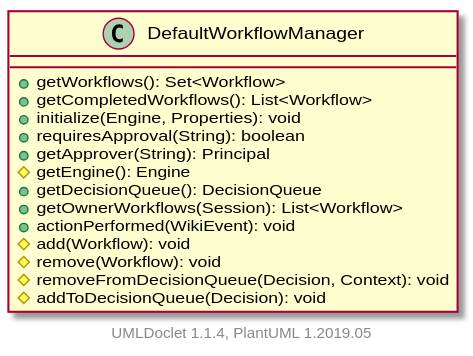
apache/jspwiki-site keeps this PlantUML diagram as apidocs/2.11.0.M8-SNAPSHOT/org/apache/wiki/workflow/DefaultWorkflowManager.svg. Above is the earlier version.
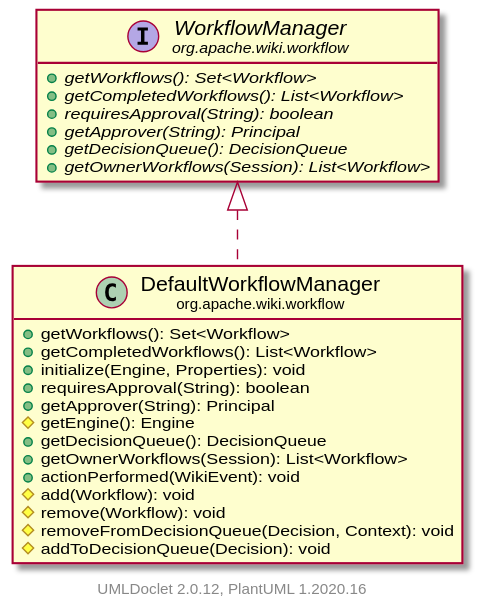
After the commit.

The edit, as a diff of the source:
```diff
@@ -1,6 +1,9 @@
 @startuml
+    set namespaceSeparator none
+    hide empty fields
+    hide empty methods
 
-    class DefaultWorkflowManager [[DefaultWorkflowManager.html]] {
+    class "<size:14>DefaultWorkflowManager\n<size:10>org.apache.wiki.workflow" as org.apache.wiki.workflow.DefaultWorkflowManager [[DefaultWorkflowManager.html]] {
         +getWorkflows(): Set<Workflow>
         +getCompletedWorkflows(): List<Workflow>
         +initialize(Engine, Properties): void
@@ -16,6 +19,16 @@
         #addToDecisionQueue(Decision): void
     }
 
+    interface "<size:14>WorkflowManager\n<size:10>org.apache.wiki.workflow" as org.apache.wiki.workflow.WorkflowManager [[WorkflowManager.html]] {
+        {abstract} +getWorkflows(): Set<Workflow>
+        {abstract} +getCompletedWorkflows(): List<Workflow>
+        {abstract} +requiresApproval(String): boolean
+        {abstract} +getApprover(String): Principal
+        {abstract} +getDecisionQueue(): DecisionQueue
+        {abstract} +getOwnerWorkflows(Session): List<Workflow>
+    }
 
-    center footer UMLDoclet 1.1.4, PlantUML 1.2019.05
+    org.apache.wiki.workflow.WorkflowManager <|.. org.apache.wiki.workflow.DefaultWorkflowManager
+
+    center footer UMLDoclet 2.0.12, PlantUML 1.2020.16
 @enduml
```
